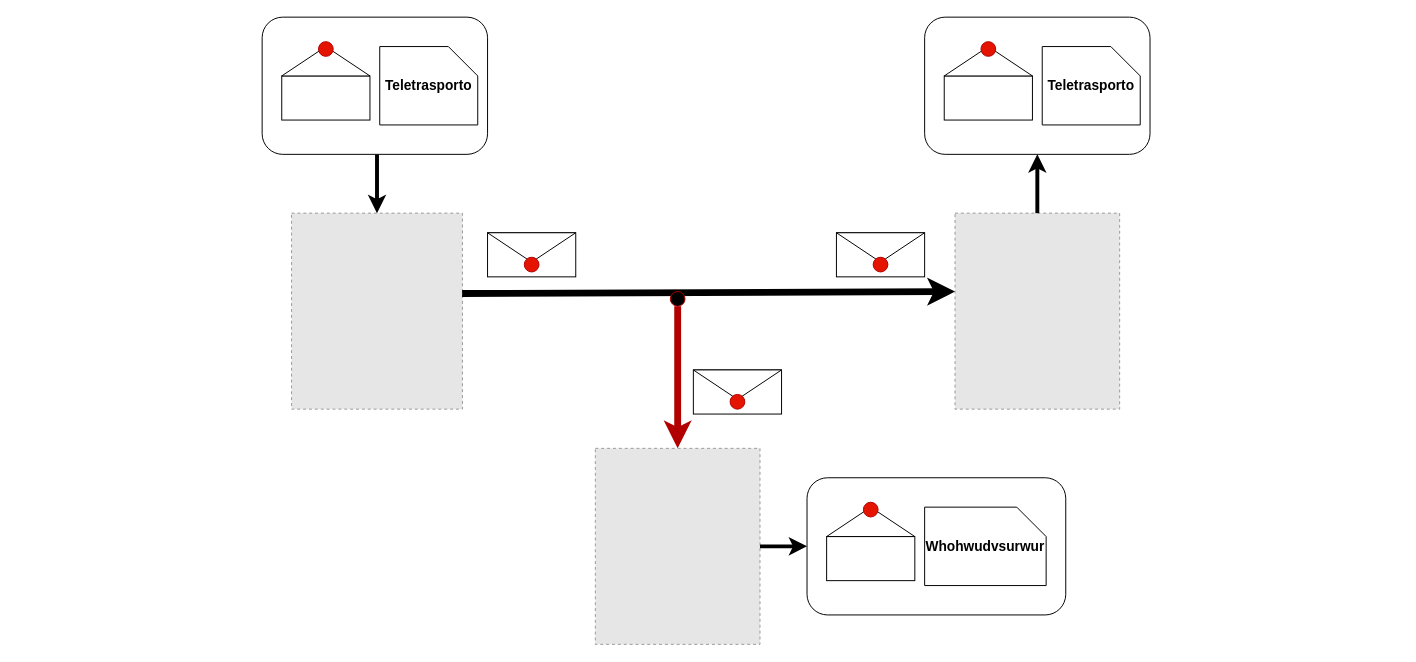
Earlier version of the draw.io diagram page "Pagina-3" (3 of 4) of schemi/Cap2.drawio (SerpenTaki/Tesi-Gabriele-Di-Pietro). Source tidied: cells renumbered, new cells numbered last; positions are measured from the earlier drawing's top-left corner, leaving out a move shared by most shapes. Both pictures are drawn from the tidied source at 98%, with x=0, y=0 at pixel (262, 17). Pictures stored in the file or linked from it are replaced by grey dashed boxes.
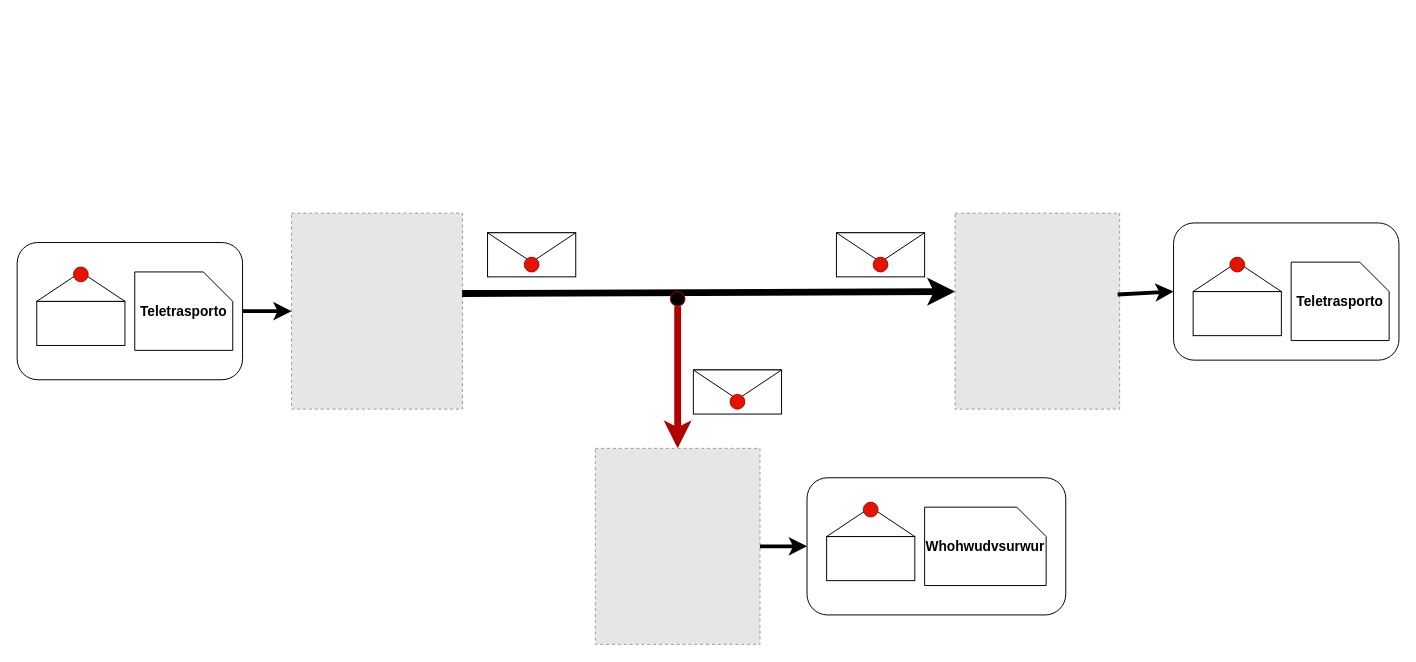
The same diagram, later.

Unchanged cells that the change refers to:
```xml
<mxCell id="2" style="fillColor=#E6E6E6;strokeColor=#999999;dashed=1;verticalLabelPosition=bottom;verticalAlign=top;" parent="1" vertex="1">
  <mxGeometry x="30" y="200" width="174.4" height="200" as="geometry" />
</mxCell>
<mxCell id="3" style="fillColor=#E6E6E6;strokeColor=#999999;dashed=1;verticalLabelPosition=bottom;verticalAlign=top;" parent="1" vertex="1">
  <mxGeometry x="707" y="200" width="168" height="200" as="geometry" />
</mxCell>
```

The edit, as a diff of the source:
```diff
@@
-    <mxCell id="6" style="endArrow=classic;html=1;rounded=0;exitX=0.5;exitY=1;exitDx=0;exitDy=0;exitPerimeter=0;entryX=0.5;entryY=0;entryDx=0;entryDy=0;strokeWidth=4;" parent="1" edge="1" target="2">
+    <mxCell id="6" style="endArrow=classic;html=1;rounded=0;exitX=0.5;exitY=1;exitDx=0;exitDy=0;exitPerimeter=0;entryX=0;entryY=0.5;entryDx=0;entryDy=0;strokeWidth=4;" parent="1" edge="1" target="2">
       <mxGeometry relative="1" as="geometry">
-        <mxPoint x="117.2" y="140" as="sourcePoint" />
+        <mxPoint x="-20" y="300" as="sourcePoint" />
       </mxGeometry>
     </mxCell>
     <mxCell id="7" style="rounded=1;whiteSpace=wrap;html=1;" parent="1" vertex="1">
-      <mxGeometry width="230" height="140" as="geometry" />
+      <mxGeometry x="-250" y="230" width="230" height="140" as="geometry" />
     </mxCell>
     <mxCell id="8" value="&lt;font style=&quot;font-size: 14px;&quot;&gt;&lt;b style=&quot;&quot;&gt;Teletrasporto&lt;/b&gt;&lt;/font&gt;" style="shape=card;whiteSpace=wrap;html=1;direction=south;" parent="1" vertex="1">
-      <mxGeometry x="120" y="30" width="100" height="80" as="geometry" />
+      <mxGeometry x="-130" y="260" width="100" height="80" as="geometry" />
     </mxCell>
     <mxCell id="9" style="rounded=0;whiteSpace=wrap;html=1;" parent="1" vertex="1">
-      <mxGeometry x="20" y="60" width="90" height="45" as="geometry" />
+      <mxGeometry x="-230" y="290" width="90" height="45" as="geometry" />
     </mxCell>
     <mxCell id="10" style="triangle;whiteSpace=wrap;html=1;rotation=-90;" parent="1" vertex="1">
-      <mxGeometry x="50" width="30" height="90" as="geometry" />
+      <mxGeometry x="-200" y="230" width="30" height="90" as="geometry" />
     </mxCell>
     <mxCell id="11" style="ellipse;whiteSpace=wrap;html=1;fillColor=#e51400;fontColor=#ffffff;strokeColor=#B20000;" parent="1" vertex="1">
-      <mxGeometry x="57.5" y="25" width="15" height="15" as="geometry" />
+      <mxGeometry x="-192.5" y="255" width="15" height="15" as="geometry" />
     </mxCell>
     <mxCell id="12" style="rounded=1;whiteSpace=wrap;html=1;" parent="1" vertex="1">
-      <mxGeometry x="676" width="230" height="140" as="geometry" />
+      <mxGeometry x="930" y="210" width="230" height="140" as="geometry" />
     </mxCell>
     <mxCell id="13" value="&lt;font style=&quot;font-size: 14px;&quot;&gt;&lt;b style=&quot;&quot;&gt;Teletrasporto&lt;/b&gt;&lt;/font&gt;" style="shape=card;whiteSpace=wrap;html=1;direction=south;" parent="1" vertex="1">
-      <mxGeometry x="796" y="30" width="100" height="80" as="geometry" />
+      <mxGeometry x="1050" y="250" width="100" height="80" as="geometry" />
     </mxCell>
     <mxCell id="14" style="rounded=0;whiteSpace=wrap;html=1;" parent="1" vertex="1">
-      <mxGeometry x="696" y="60" width="90" height="45" as="geometry" />
+      <mxGeometry x="950" y="280" width="90" height="45" as="geometry" />
     </mxCell>
     <mxCell id="15" style="triangle;whiteSpace=wrap;html=1;rotation=-90;" parent="1" vertex="1">
-      <mxGeometry x="726" width="30" height="90" as="geometry" />
+      <mxGeometry x="980" y="220" width="30" height="90" as="geometry" />
     </mxCell>
     <mxCell id="16" style="ellipse;whiteSpace=wrap;html=1;fillColor=#e51400;fontColor=#ffffff;strokeColor=#B20000;" parent="1" vertex="1">
-      <mxGeometry x="733.5" y="25" width="15" height="15" as="geometry" />
+      <mxGeometry x="987.5" y="245" width="15" height="15" as="geometry" />
     </mxCell>
-    <mxCell id="17" style="endArrow=classic;html=1;rounded=0;exitX=0.5;exitY=0;exitDx=0;exitDy=0;entryX=0.5;entryY=1;entryDx=0;entryDy=0;strokeWidth=4;" parent="1" edge="1" source="3" target="12">
+    <mxCell id="17" style="endArrow=classic;html=1;rounded=0;exitX=0.988;exitY=0.415;exitDx=0;exitDy=0;entryX=0;entryY=0.5;entryDx=0;entryDy=0;strokeWidth=4;exitPerimeter=0;" parent="1" edge="1" source="3" target="12">
       <mxGeometry relative="1" as="geometry" />
     </mxCell>
```
